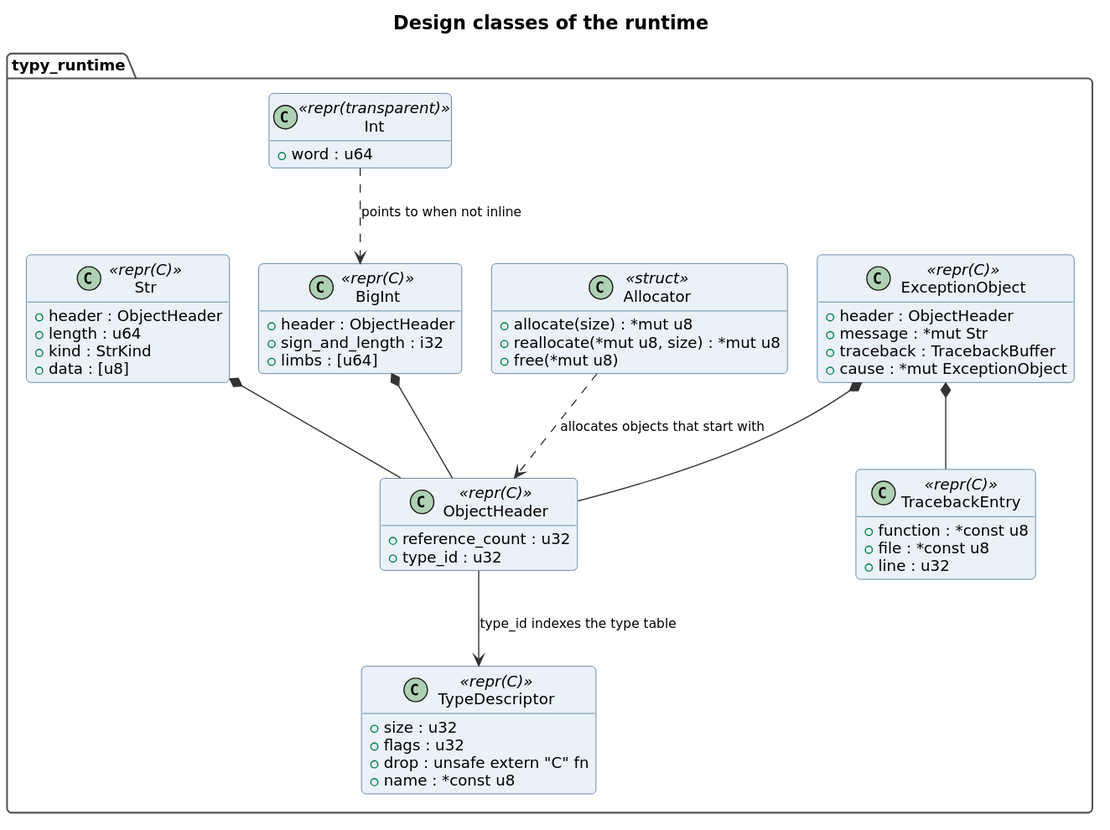
The PlantUML diagram docs/diagrams/class-design-runtime.svg in typy-lang/typy, before a commit. Its source is kept beside it as docs/diagrams/class-design-runtime.puml.
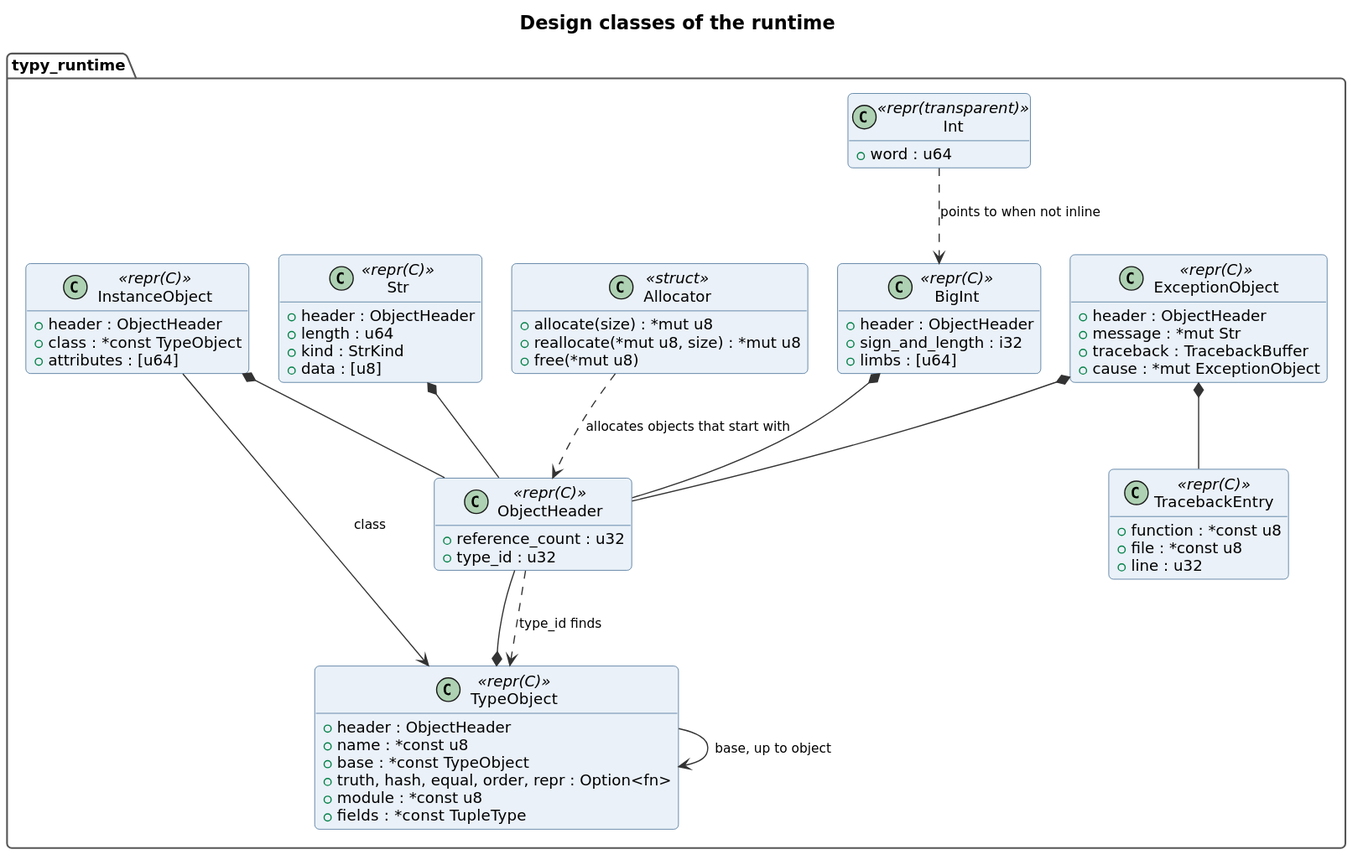
After the change.

What changed in the source:
```diff
@@ -9,11 +9,18 @@
         +reference_count : u32
         +type_id : u32
     }
-    class TypeDescriptor <<repr(C)>> {
-        +size : u32
-        +flags : u32
-        +drop : unsafe extern "C" fn
+    class TypeObject <<repr(C)>> {
+        +header : ObjectHeader
         +name : *const u8
+        +base : *const TypeObject
+        +truth, hash, equal, order, repr : Option<fn>
+        +module : *const u8
+        +fields : *const TupleType
+    }
+    class InstanceObject <<repr(C)>> {
+        +header : ObjectHeader
+        +class : *const TypeObject
+        +attributes : [u64]
     }
     class Int <<repr(transparent)>> {
         +word : u64
@@ -51,7 +58,11 @@
 Str *-- ObjectHeader
 ExceptionObject *-- ObjectHeader
 ExceptionObject *-- TracebackEntry
-ObjectHeader --> TypeDescriptor : type_id indexes the type table
+InstanceObject *-- ObjectHeader
+TypeObject *-- ObjectHeader
+TypeObject --> TypeObject : base, up to object
+InstanceObject --> TypeObject : class
+ObjectHeader ..> TypeObject : type_id finds
 Int ..> BigInt : points to when not inline
 Allocator ..> ObjectHeader : allocates objects that start with
 @enduml
```
